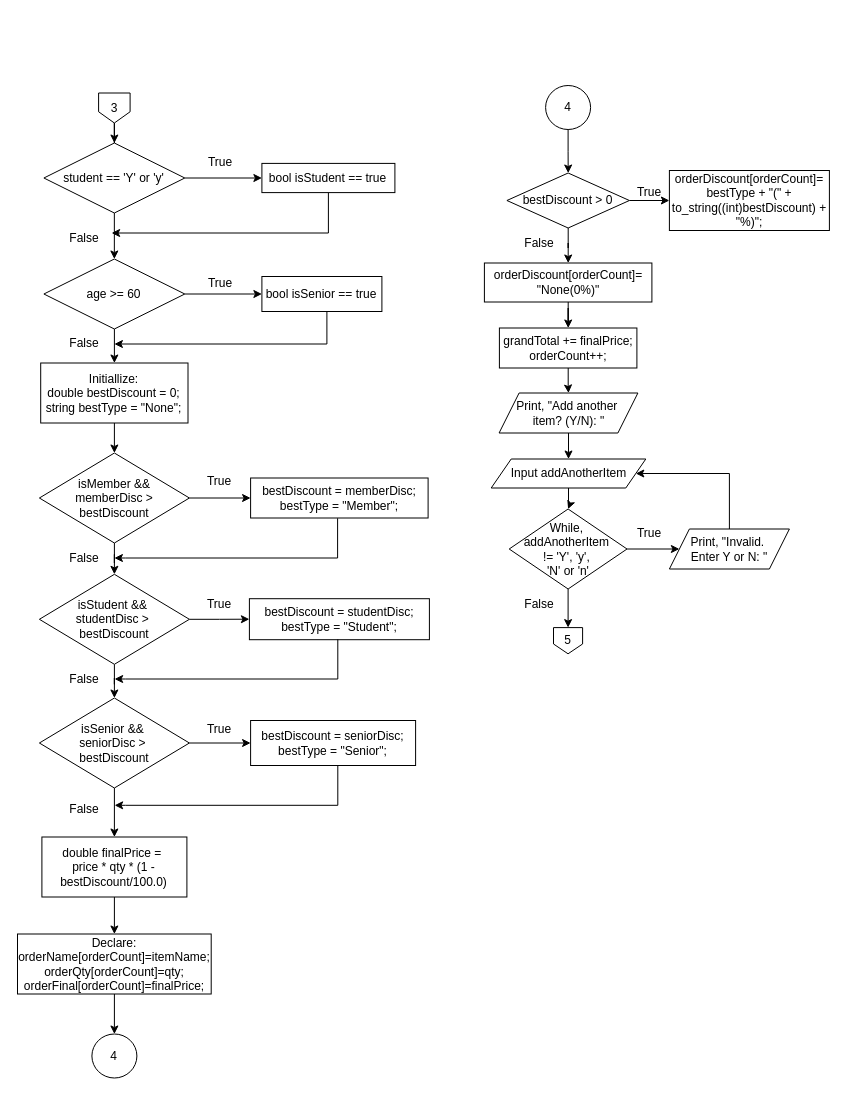
cr0w-l0rd/Restaurant_Ordering_and_Billing_System keeps this draw.io diagram as page "Page-3" (3 of 3) of flowchart_group8_DCSI.drawio. Above is the earlier version. Source tidied: cells renumbered, new cells numbered last; positions are measured from the earlier drawing's top-left corner, leaving out a move shared by most shapes. Both pictures are drawn from the tidied source at 100%, with x=0, y=0 at pixel (17, 85).
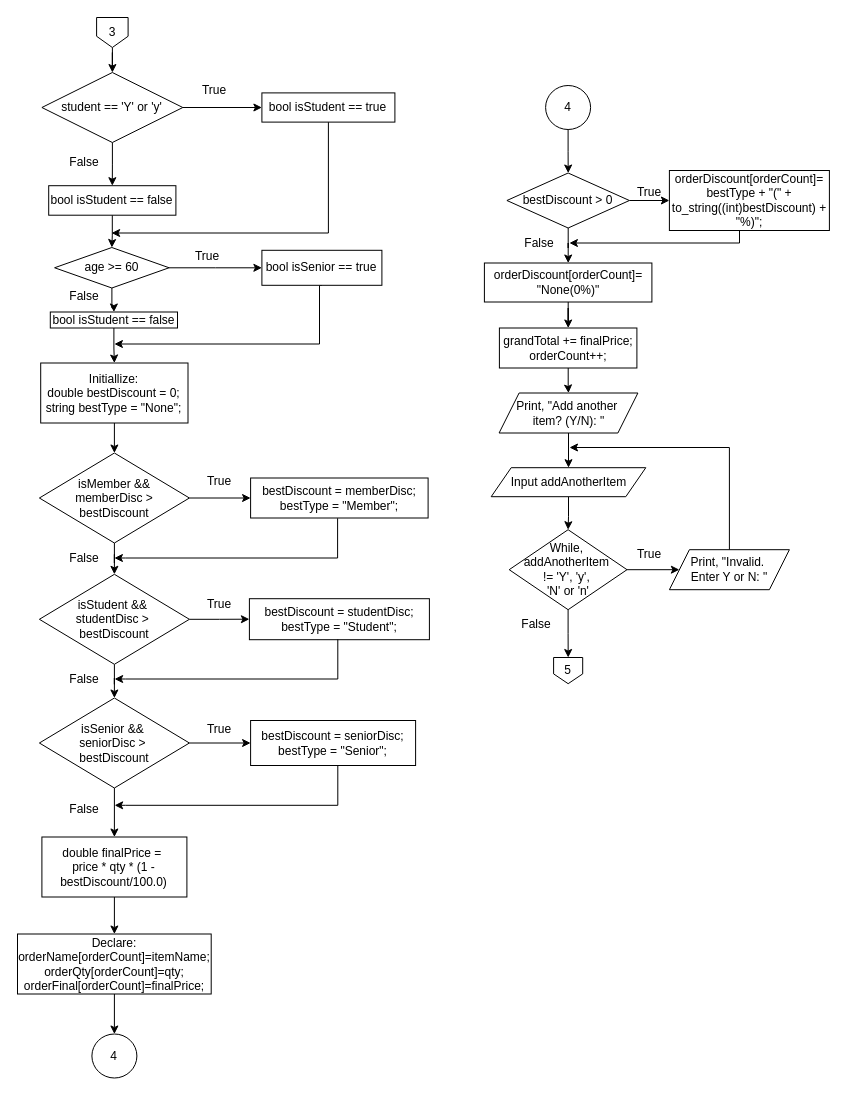
The same page after the edit.

Unchanged cells that the change refers to:
```xml
<mxCell id="17" value="Initiallize:&lt;div&gt;&lt;div&gt;double bestDiscount = 0;&lt;/div&gt;&lt;div&gt;&lt;span style=&quot;background-color: transparent; color: light-dark(rgb(0, 0, 0), rgb(255, 255, 255));&quot;&gt;string bestType = &quot;None&quot;;&lt;/span&gt;&lt;/div&gt;&lt;/div&gt;" style="rounded=0;whiteSpace=wrap;html=1;" parent="1" vertex="1">
  <mxGeometry x="23.2" y="277.5" width="147.3" height="60" as="geometry" />
</mxCell>
<mxCell id="51" value="orderDiscount[orderCount]=&lt;div&gt;bestType + &quot;(&quot;&amp;nbsp;&lt;span style=&quot;background-color: transparent; color: light-dark(rgb(0, 0, 0), rgb(255, 255, 255));&quot;&gt;+&lt;/span&gt;&lt;/div&gt;&lt;div&gt;&lt;span style=&quot;background-color: transparent; color: light-dark(rgb(0, 0, 0), rgb(255, 255, 255));&quot;&gt;to_string((int)bestDiscount) + &quot;%)&quot;;&lt;/span&gt;&lt;/div&gt;" style="whiteSpace=wrap;html=1;rounded=0;" parent="1" vertex="1">
  <mxGeometry x="651.9" y="85" width="160" height="60" as="geometry" />
</mxCell>
<mxCell id="59" value="False" style="text;html=1;whiteSpace=wrap;strokeColor=none;fillColor=none;align=center;verticalAlign=middle;rounded=0;" parent="1" vertex="1">
  <mxGeometry x="491.9" y="142.5" width="60" height="30" as="geometry" />
</mxCell>
```

Diff of the diagram source:
```diff
@@
     <mxCell id="3" value="3" style="shape=offPageConnector;whiteSpace=wrap;html=1;" parent="1" vertex="1">
-      <mxGeometry x="81.1" y="7.5" width="31.5" height="30" as="geometry" />
+      <mxGeometry x="79.1" y="-68" width="31.5" height="30" as="geometry" />
     </mxCell>
@@
-    <mxCell id="5" style="edgeStyle=orthogonalEdgeStyle;rounded=0;jettySize=auto;html=1;" parent="1" edge="1" source="6" target="13">
-      <mxGeometry relative="1" as="geometry" />
-    </mxCell>
+    <mxCell id="70" style="edgeStyle=orthogonalEdgeStyle;rounded=0;jettySize=auto;html=1;" parent="1" edge="1" source="6" target="74">
+      <mxGeometry relative="1" as="geometry" />
+    </mxCell>
     <mxCell id="6" value="student == 'Y' or 'y'" style="rhombus;whiteSpace=wrap;html=1;" parent="1" vertex="1">
-      <mxGeometry x="26.4" y="57.5" width="140.9" height="70" as="geometry" />
+      <mxGeometry x="24.4" y="-13" width="140.9" height="70" as="geometry" />
     </mxCell>
@@
     <mxCell id="8" value="bool isStudent == true" style="rounded=0;whiteSpace=wrap;html=1;" parent="1" vertex="1">
-      <mxGeometry x="244.4" y="77.9" width="133" height="29.2" as="geometry" />
+      <mxGeometry x="244.4" y="7.4" width="133" height="29.2" as="geometry" />
     </mxCell>
     <mxCell id="9" value="True" style="text;html=1;whiteSpace=wrap;strokeColor=none;fillColor=none;align=center;verticalAlign=middle;rounded=0;" parent="1" vertex="1">
-      <mxGeometry x="173.1" y="61.5" width="60" height="30" as="geometry" />
+      <mxGeometry x="167.3" y="-9.6" width="60" height="30" as="geometry" />
     </mxCell>
     <mxCell id="10" value="False" style="text;html=1;whiteSpace=wrap;strokeColor=none;fillColor=none;align=center;verticalAlign=middle;rounded=0;" parent="1" vertex="1">
-      <mxGeometry x="37.1" y="137.5" width="60" height="30" as="geometry" />
+      <mxGeometry x="37.1" y="61.5" width="60" height="30" as="geometry" />
     </mxCell>
@@
-    <mxCell id="12" style="edgeStyle=orthogonalEdgeStyle;rounded=0;jettySize=auto;html=1;" parent="1" edge="1" source="13" target="17">
-      <mxGeometry relative="1" as="geometry" />
-    </mxCell>
+    <mxCell id="71" style="edgeStyle=orthogonalEdgeStyle;rounded=0;jettySize=auto;html=1;entryX=0.5;entryY=0;entryDx=0;entryDy=0;" parent="1" edge="1" source="13" target="76">
+      <mxGeometry relative="1" as="geometry" />
+    </mxCell>
     <mxCell id="13" value="age &amp;gt;= 60" style="rhombus;whiteSpace=wrap;html=1;" parent="1" vertex="1">
-      <mxGeometry x="26.4" y="173.5" width="140.9" height="70" as="geometry" />
+      <mxGeometry x="37.1" y="162" width="114.5" height="40.5" as="geometry" />
     </mxCell>
-    <mxCell id="14" style="edgeStyle=orthogonalEdgeStyle;rounded=0;orthogonalLoop=1;jettySize=auto;html=1;" parent="1" edge="1">
+    <mxCell id="14" style="edgeStyle=orthogonalEdgeStyle;rounded=0;jettySize=auto;html=1;exitX=0.5;exitY=1;exitDx=0;exitDy=0;" parent="1" edge="1" source="15">
       <mxGeometry relative="1" as="geometry">
-        <mxPoint x="309.4" y="226" as="sourcePoint" />
         <mxPoint x="96.9" y="258.5" as="targetPoint" />
         <Array as="points">
-          <mxPoint x="308.9" y="258.5" />
+          <mxPoint x="302" y="200" />
+          <mxPoint x="302" y="259" />
         </Array>
       </mxGeometry>
     </mxCell>
     <mxCell id="15" value="bool isSenior == true" style="rounded=0;whiteSpace=wrap;html=1;" parent="1" vertex="1">
-      <mxGeometry x="244.4" y="191" width="120" height="35" as="geometry" />
+      <mxGeometry x="244.4" y="164.8" width="120" height="35" as="geometry" />
     </mxCell>
@@
     <mxCell id="26" value="True" style="text;html=1;whiteSpace=wrap;strokeColor=none;fillColor=none;align=center;verticalAlign=middle;rounded=0;" parent="1" vertex="1">
-      <mxGeometry x="173.1" y="182.5" width="60" height="30" as="geometry" />
+      <mxGeometry x="159.9" y="156" width="60" height="30" as="geometry" />
     </mxCell>
@@
     <mxCell id="29" value="False" style="text;html=1;whiteSpace=wrap;strokeColor=none;fillColor=none;align=center;verticalAlign=middle;rounded=0;" parent="1" vertex="1">
-      <mxGeometry x="37.1" y="242.5" width="60" height="30" as="geometry" />
+      <mxGeometry x="37.1" y="196" width="60" height="30" as="geometry" />
     </mxCell>
@@
+    <mxCell id="72" style="edgeStyle=orthogonalEdgeStyle;rounded=0;jettySize=auto;html=1;entryX=1;entryY=0.5;entryDx=0;entryDy=0;" parent="1" edge="1" source="51" target="59">
+      <mxGeometry relative="1" as="geometry">
+        <Array as="points">
+          <mxPoint x="722" y="158" />
+        </Array>
+      </mxGeometry>
+    </mxCell>
@@
     <mxCell id="61" value="Input addAnotherItem" style="shape=parallelogram;perimeter=parallelogramPerimeter;whiteSpace=wrap;html=1;fixedSize=1;rounded=0;" parent="1" vertex="1">
-      <mxGeometry x="473.7" y="373.5" width="154.6" height="29" as="geometry" />
+      <mxGeometry x="473.7" y="382.2" width="154.6" height="29" as="geometry" />
     </mxCell>
@@
     <mxCell id="64" value="While,&amp;nbsp;&lt;br&gt;&lt;div&gt;&lt;span style=&quot;background-color: transparent; color: light-dark(rgb(0, 0, 0), rgb(255, 255, 255));&quot;&gt;addAnotherItem&lt;/span&gt;&amp;nbsp;&lt;/div&gt;&lt;div&gt;!= 'Y', 'y',&amp;nbsp;&lt;/div&gt;&lt;div&gt;'N' or 'n'&lt;/div&gt;" style="rhombus;whiteSpace=wrap;html=1;rounded=0;" parent="1" vertex="1">
-      <mxGeometry x="491.7" y="423.5" width="117.8" height="80" as="geometry" />
+      <mxGeometry x="491.7" y="444.2" width="117.8" height="80" as="geometry" />
     </mxCell>
-    <mxCell id="65" style="edgeStyle=orthogonalEdgeStyle;rounded=0;jettySize=auto;html=1;entryX=1;entryY=0.5;entryDx=0;entryDy=0;" parent="1" edge="1" source="66" target="61">
+    <mxCell id="65" style="edgeStyle=orthogonalEdgeStyle;rounded=0;jettySize=auto;html=1;" parent="1" edge="1" source="66">
       <mxGeometry relative="1" as="geometry">
+        <mxPoint x="552" y="362" as="targetPoint" />
         <Array as="points">
-          <mxPoint x="711.9" y="388.5" />
+          <mxPoint x="712" y="362" />
         </Array>
       </mxGeometry>
     </mxCell>
     <mxCell id="66" value="Print,&amp;nbsp;&quot;Invalid.&amp;nbsp;&lt;div&gt;Enter Y or N: &quot;&lt;/div&gt;" style="shape=parallelogram;perimeter=parallelogramPerimeter;whiteSpace=wrap;html=1;fixedSize=1;rounded=0;" parent="1" vertex="1">
-      <mxGeometry x="651.9" y="443.5" width="120" height="40" as="geometry" />
+      <mxGeometry x="651.9" y="464.2" width="120" height="40" as="geometry" />
     </mxCell>
     <mxCell id="67" value="5" style="shape=offPageConnector;whiteSpace=wrap;html=1;" parent="1" vertex="1">
-      <mxGeometry x="536" y="542.1" width="29.1" height="26.2" as="geometry" />
+      <mxGeometry x="536.1" y="572" width="29.1" height="26.2" as="geometry" />
     </mxCell>
     <mxCell id="68" value="True" style="text;html=1;whiteSpace=wrap;strokeColor=none;fillColor=none;align=center;verticalAlign=middle;rounded=0;" parent="1" vertex="1">
-      <mxGeometry x="601.9" y="433.2" width="60" height="30" as="geometry" />
+      <mxGeometry x="601.9" y="453.5" width="60" height="30" as="geometry" />
     </mxCell>
     <mxCell id="69" value="False" style="text;html=1;whiteSpace=wrap;strokeColor=none;fillColor=none;align=center;verticalAlign=middle;rounded=0;" parent="1" vertex="1">
-      <mxGeometry x="491.7" y="503.5" width="60" height="30" as="geometry" />
+      <mxGeometry x="489.4" y="524.2" width="60" height="30" as="geometry" />
     </mxCell>
+    <mxCell id="73" style="edgeStyle=orthogonalEdgeStyle;rounded=0;jettySize=auto;html=1;entryX=0.5;entryY=0;entryDx=0;entryDy=0;" parent="1" edge="1" source="74" target="13">
+      <mxGeometry relative="1" as="geometry" />
+    </mxCell>
+    <mxCell id="74" value="bool isStudent == false" style="rounded=0;whiteSpace=wrap;html=1;" parent="1" vertex="1">
+      <mxGeometry x="31.2" y="100.2" width="127.2" height="29.5" as="geometry" />
+    </mxCell>
+    <mxCell id="75" style="edgeStyle=orthogonalEdgeStyle;rounded=0;jettySize=auto;html=1;entryX=0.5;entryY=0;entryDx=0;entryDy=0;" parent="1" edge="1" source="76" target="17">
+      <mxGeometry relative="1" as="geometry" />
+    </mxCell>
+    <mxCell id="76" value="bool isStudent == false" style="rounded=0;whiteSpace=wrap;html=1;" parent="1" vertex="1">
+      <mxGeometry x="32.8" y="226.5" width="127.2" height="16" as="geometry" />
+    </mxCell>
```
